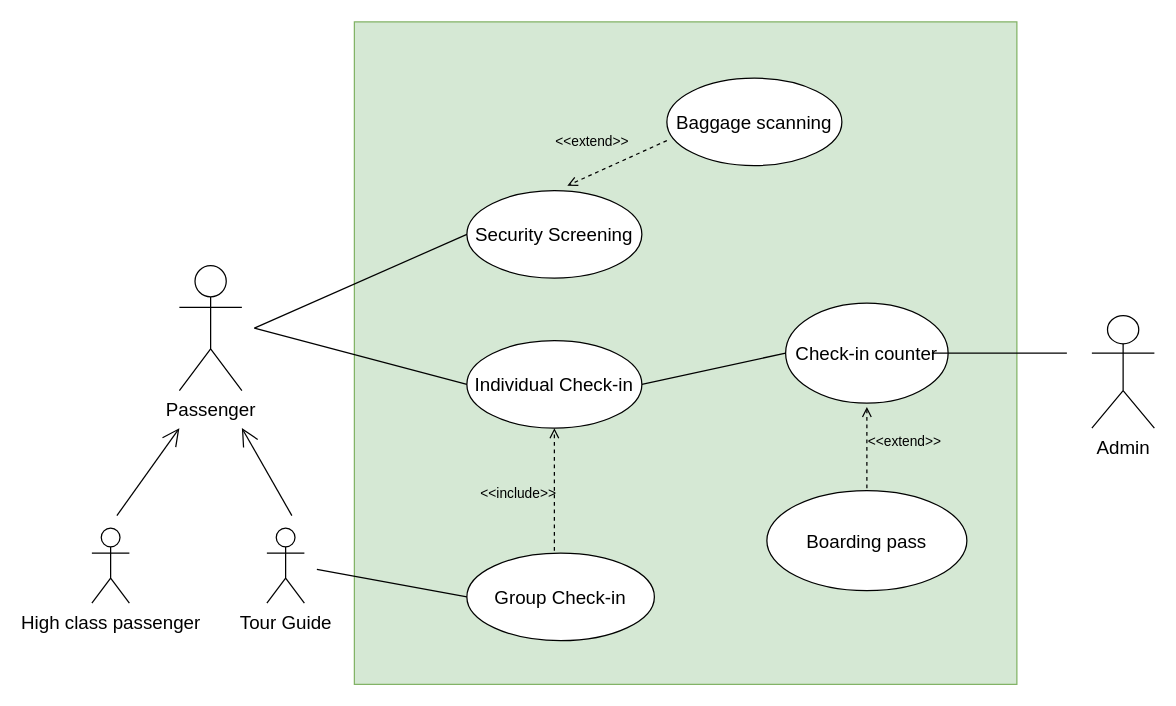
The draw.io diagram airport check-in and security screening.drawio in Spart-v6/diagram, before the edit. Source tidied: cells renumbered, new cells numbered last; positions are measured from the earlier drawing's top-left corner, leaving out a move shared by most shapes. Both pictures are drawn from the tidied source at 125%, with x=0, y=0 at pixel (91, 21).
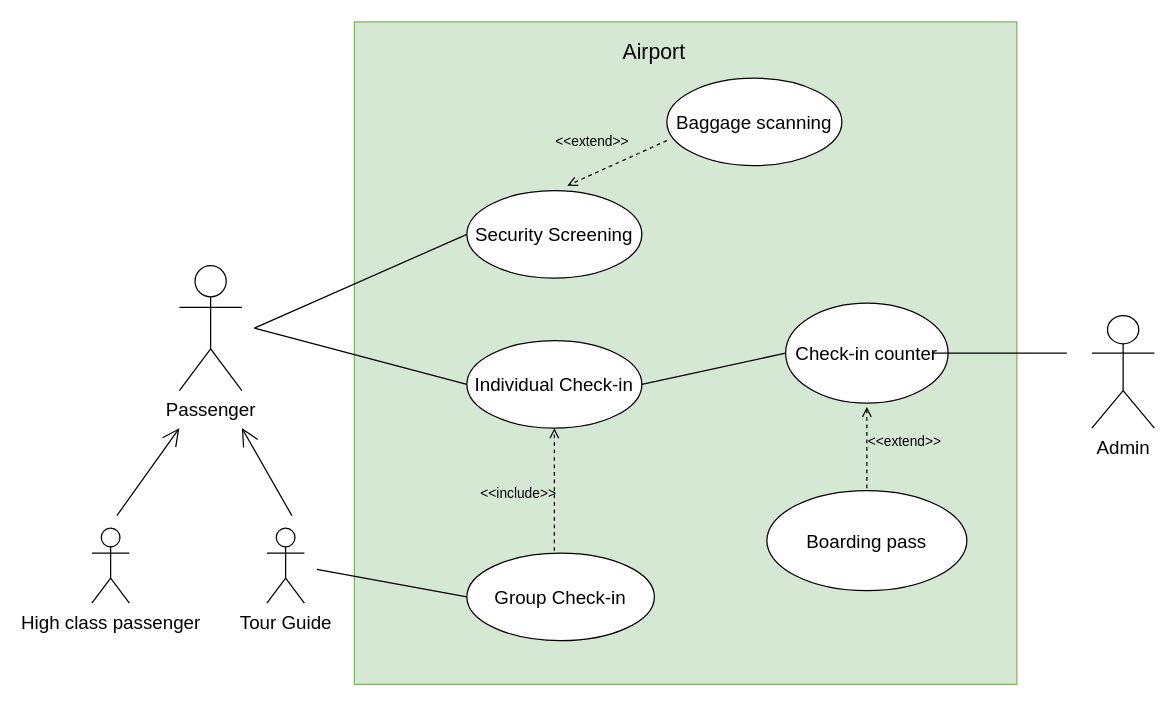
The same page after the edit.

Change to the diagram source:
```diff
@@
+    <mxCell id="23" value="&lt;font style=&quot;font-size: 17px&quot;&gt;Airport&lt;/font&gt;" style="text;html=1;strokeColor=none;fillColor=none;align=center;verticalAlign=middle;whiteSpace=wrap;rounded=0;" parent="1" vertex="1">
+      <mxGeometry x="430" y="15" width="40" height="20" as="geometry" />
+    </mxCell>
```
